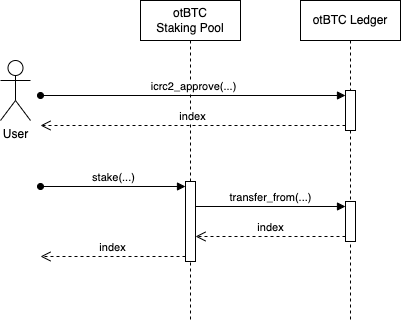
Earlier version of the draw.io export images/stake.png (octopus-network/btc-staking-icp). Source tidied: cells renumbered, new cells last; positions are measured from the earlier drawing's top-left corner, leaving out a move shared by most shapes. Source of this version:
```xml
<mxGraphModel>
  <root>
    <mxCell id="0" />
    <mxCell id="1" parent="0" />
    <mxCell id="2" value="otBTC&lt;div&gt;Staking Pool&lt;/div&gt;" style="shape=umlLifeline;perimeter=lifelinePerimeter;whiteSpace=wrap;html=1;newEdgeStyle={&quot;curved&quot;:0,&quot;rounded&quot;:0};" parent="1" vertex="1">
      <mxGeometry x="140" width="100" height="320" as="geometry" />
    </mxCell>
    <mxCell id="3" style="html=1;points=[[0,0,0,0,5],[0,1,0,0,-5],[1,0,0,0,5],[1,1,0,0,-5]];perimeter=orthogonalPerimeter;outlineConnect=0;targetShapes=umlLifeline;portConstraint=eastwest;newEdgeStyle={&quot;curved&quot;:0,&quot;rounded&quot;:0};" parent="2" vertex="1">
      <mxGeometry x="45" y="181" width="10" height="80" as="geometry" />
    </mxCell>
    <mxCell id="4" value="stake(...)" style="html=1;verticalAlign=bottom;endArrow=block;curved=0;rounded=0;entryX=0;entryY=0;entryDx=0;entryDy=5;startArrow=oval;startFill=1;" parent="2" edge="1" target="3">
      <mxGeometry relative="1" as="geometry">
        <mxPoint x="-100" y="186" as="sourcePoint" />
      </mxGeometry>
    </mxCell>
    <mxCell id="5" value="index" style="html=1;verticalAlign=bottom;endArrow=open;dashed=1;endSize=8;curved=0;rounded=0;exitX=0;exitY=1;exitDx=0;exitDy=-5;" parent="2" edge="1" source="3">
      <mxGeometry relative="1" as="geometry">
        <mxPoint x="-100" y="256" as="targetPoint" />
      </mxGeometry>
    </mxCell>
    <mxCell id="6" value="&lt;span style=&quot;background-color: initial;&quot;&gt;otBTC Ledger&lt;/span&gt;" style="shape=umlLifeline;perimeter=lifelinePerimeter;whiteSpace=wrap;html=1;newEdgeStyle={&quot;curved&quot;:0,&quot;rounded&quot;:0};" parent="1" vertex="1">
      <mxGeometry x="300" width="100" height="320" as="geometry" />
    </mxCell>
    <mxCell id="7" style="html=1;points=[[0,0,0,0,5],[0,1,0,0,-5],[1,0,0,0,5],[1,1,0,0,-5]];perimeter=orthogonalPerimeter;outlineConnect=0;targetShapes=umlLifeline;portConstraint=eastwest;newEdgeStyle={&quot;curved&quot;:0,&quot;rounded&quot;:0};" parent="6" vertex="1">
      <mxGeometry x="45" y="90" width="10" height="40" as="geometry" />
    </mxCell>
    <mxCell id="8" style="html=1;points=[[0,0,0,0,5],[0,1,0,0,-5],[1,0,0,0,5],[1,1,0,0,-5]];perimeter=orthogonalPerimeter;outlineConnect=0;targetShapes=umlLifeline;portConstraint=eastwest;newEdgeStyle={&quot;curved&quot;:0,&quot;rounded&quot;:0};" parent="6" vertex="1">
      <mxGeometry x="45" y="201" width="10" height="40" as="geometry" />
    </mxCell>
    <mxCell id="9" value="icrc2_approve(...)" style="html=1;verticalAlign=bottom;endArrow=block;curved=0;rounded=0;entryX=0;entryY=0;entryDx=0;entryDy=5;entryPerimeter=0;startArrow=oval;startFill=1;" parent="1" edge="1" target="7">
      <mxGeometry relative="1" as="geometry">
        <mxPoint x="40" y="95" as="sourcePoint" />
      </mxGeometry>
    </mxCell>
    <mxCell id="10" value="index" style="html=1;verticalAlign=bottom;endArrow=open;dashed=1;endSize=8;curved=0;rounded=0;exitX=0;exitY=1;exitDx=0;exitDy=-5;exitPerimeter=0;" parent="1" edge="1" source="7">
      <mxGeometry relative="1" as="geometry">
        <mxPoint x="40" y="125" as="targetPoint" />
      </mxGeometry>
    </mxCell>
    <mxCell id="11" value="User" style="shape=umlActor;verticalLabelPosition=bottom;verticalAlign=top;html=1;" parent="1" vertex="1">
      <mxGeometry y="60" width="30" height="60" as="geometry" />
    </mxCell>
    <mxCell id="12" value="transfer_from(...)" style="html=1;verticalAlign=bottom;endArrow=block;curved=0;rounded=0;entryX=0;entryY=0;entryDx=0;entryDy=5;" parent="1" edge="1" source="3" target="8">
      <mxGeometry relative="1" as="geometry" />
    </mxCell>
    <mxCell id="13" value="index" style="html=1;verticalAlign=bottom;endArrow=open;dashed=1;endSize=8;curved=0;rounded=0;exitX=0;exitY=1;exitDx=0;exitDy=-5;" parent="1" edge="1" source="8" target="3">
      <mxGeometry relative="1" as="geometry" />
    </mxCell>
  </root>
</mxGraphModel>
```
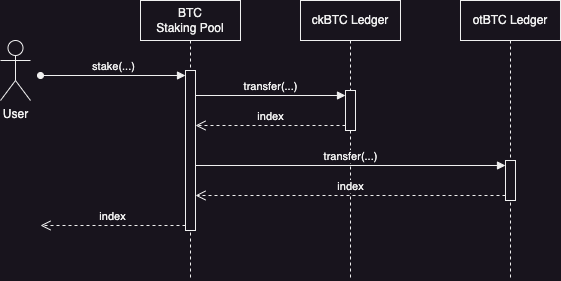
After the change.

Change to the diagram source:
```diff
@@ -2,49 +2,48 @@
   <root>
     <mxCell id="0" />
     <mxCell id="1" parent="0" />
-    <mxCell id="2" value="otBTC&lt;div&gt;Staking Pool&lt;/div&gt;" style="shape=umlLifeline;perimeter=lifelinePerimeter;whiteSpace=wrap;html=1;newEdgeStyle={&quot;curved&quot;:0,&quot;rounded&quot;:0};" parent="1" vertex="1">
-      <mxGeometry x="140" width="100" height="320" as="geometry" />
+    <mxCell id="2" value="BTC&lt;div&gt;Staking Pool&lt;/div&gt;" style="shape=umlLifeline;perimeter=lifelinePerimeter;whiteSpace=wrap;html=1;newEdgeStyle={&quot;curved&quot;:0,&quot;rounded&quot;:0};" parent="1" vertex="1">
+      <mxGeometry x="140" width="100" height="280" as="geometry" />
     </mxCell>
     <mxCell id="3" style="html=1;points=[[0,0,0,0,5],[0,1,0,0,-5],[1,0,0,0,5],[1,1,0,0,-5]];perimeter=orthogonalPerimeter;outlineConnect=0;targetShapes=umlLifeline;portConstraint=eastwest;newEdgeStyle={&quot;curved&quot;:0,&quot;rounded&quot;:0};" parent="2" vertex="1">
-      <mxGeometry x="45" y="181" width="10" height="80" as="geometry" />
+      <mxGeometry x="45" y="70" width="10" height="160" as="geometry" />
     </mxCell>
     <mxCell id="4" value="stake(...)" style="html=1;verticalAlign=bottom;endArrow=block;curved=0;rounded=0;entryX=0;entryY=0;entryDx=0;entryDy=5;startArrow=oval;startFill=1;" parent="2" edge="1" target="3">
       <mxGeometry relative="1" as="geometry">
-        <mxPoint x="-100" y="186" as="sourcePoint" />
+        <mxPoint x="-100" y="75" as="sourcePoint" />
       </mxGeometry>
     </mxCell>
     <mxCell id="5" value="index" style="html=1;verticalAlign=bottom;endArrow=open;dashed=1;endSize=8;curved=0;rounded=0;exitX=0;exitY=1;exitDx=0;exitDy=-5;" parent="2" edge="1" source="3">
       <mxGeometry relative="1" as="geometry">
-        <mxPoint x="-100" y="256" as="targetPoint" />
+        <mxPoint x="-100" y="225" as="targetPoint" />
       </mxGeometry>
     </mxCell>
-    <mxCell id="6" value="&lt;span style=&quot;background-color: initial;&quot;&gt;otBTC Ledger&lt;/span&gt;" style="shape=umlLifeline;perimeter=lifelinePerimeter;whiteSpace=wrap;html=1;newEdgeStyle={&quot;curved&quot;:0,&quot;rounded&quot;:0};" parent="1" vertex="1">
-      <mxGeometry x="300" width="100" height="320" as="geometry" />
+    <mxCell id="6" value="&lt;span style=&quot;background-color: initial;&quot;&gt;ckBTC Ledger&lt;/span&gt;" style="shape=umlLifeline;perimeter=lifelinePerimeter;whiteSpace=wrap;html=1;newEdgeStyle={&quot;curved&quot;:0,&quot;rounded&quot;:0};" parent="1" vertex="1">
+      <mxGeometry x="300" width="100" height="280" as="geometry" />
     </mxCell>
-    <mxCell id="7" style="html=1;points=[[0,0,0,0,5],[0,1,0,0,-5],[1,0,0,0,5],[1,1,0,0,-5]];perimeter=orthogonalPerimeter;outlineConnect=0;targetShapes=umlLifeline;portConstraint=eastwest;newEdgeStyle={&quot;curved&quot;:0,&quot;rounded&quot;:0};" parent="6" vertex="1">
-      <mxGeometry x="45" y="90" width="10" height="40" as="geometry" />
-    </mxCell>
     <mxCell id="8" style="html=1;points=[[0,0,0,0,5],[0,1,0,0,-5],[1,0,0,0,5],[1,1,0,0,-5]];perimeter=orthogonalPerimeter;outlineConnect=0;targetShapes=umlLifeline;portConstraint=eastwest;newEdgeStyle={&quot;curved&quot;:0,&quot;rounded&quot;:0};" parent="6" vertex="1">
-      <mxGeometry x="45" y="201" width="10" height="40" as="geometry" />
+      <mxGeometry x="45" y="90" width="10" height="40" as="geometry" />
     </mxCell>
-    <mxCell id="9" value="icrc2_approve(...)" style="html=1;verticalAlign=bottom;endArrow=block;curved=0;rounded=0;entryX=0;entryY=0;entryDx=0;entryDy=5;entryPerimeter=0;startArrow=oval;startFill=1;" parent="1" edge="1" target="7">
-      <mxGeometry relative="1" as="geometry">
-        <mxPoint x="40" y="95" as="sourcePoint" />
-      </mxGeometry>
-    </mxCell>
-    <mxCell id="10" value="index" style="html=1;verticalAlign=bottom;endArrow=open;dashed=1;endSize=8;curved=0;rounded=0;exitX=0;exitY=1;exitDx=0;exitDy=-5;exitPerimeter=0;" parent="1" edge="1" source="7">
-      <mxGeometry relative="1" as="geometry">
-        <mxPoint x="40" y="125" as="targetPoint" />
-      </mxGeometry>
-    </mxCell>
     <mxCell id="11" value="User" style="shape=umlActor;verticalLabelPosition=bottom;verticalAlign=top;html=1;" parent="1" vertex="1">
-      <mxGeometry y="60" width="30" height="60" as="geometry" />
+      <mxGeometry y="40" width="30" height="60" as="geometry" />
     </mxCell>
-    <mxCell id="12" value="transfer_from(...)" style="html=1;verticalAlign=bottom;endArrow=block;curved=0;rounded=0;entryX=0;entryY=0;entryDx=0;entryDy=5;" parent="1" edge="1" source="3" target="8">
+    <mxCell id="12" value="transfer(...)" style="html=1;verticalAlign=bottom;endArrow=block;curved=0;rounded=0;entryX=0;entryY=0;entryDx=0;entryDy=5;" parent="1" edge="1" source="3" target="8">
       <mxGeometry relative="1" as="geometry" />
     </mxCell>
     <mxCell id="13" value="index" style="html=1;verticalAlign=bottom;endArrow=open;dashed=1;endSize=8;curved=0;rounded=0;exitX=0;exitY=1;exitDx=0;exitDy=-5;" parent="1" edge="1" source="8" target="3">
       <mxGeometry relative="1" as="geometry" />
     </mxCell>
+    <mxCell id="14" value="&lt;span style=&quot;background-color: initial;&quot;&gt;otBTC Ledger&lt;/span&gt;" style="shape=umlLifeline;perimeter=lifelinePerimeter;whiteSpace=wrap;html=1;newEdgeStyle={&quot;curved&quot;:0,&quot;rounded&quot;:0};" parent="1" vertex="1">
+      <mxGeometry x="460" width="100" height="280" as="geometry" />
+    </mxCell>
+    <mxCell id="15" style="html=1;points=[[0,0,0,0,5],[0,1,0,0,-5],[1,0,0,0,5],[1,1,0,0,-5]];perimeter=orthogonalPerimeter;outlineConnect=0;targetShapes=umlLifeline;portConstraint=eastwest;newEdgeStyle={&quot;curved&quot;:0,&quot;rounded&quot;:0};" parent="14" vertex="1">
+      <mxGeometry x="45" y="160" width="10" height="40" as="geometry" />
+    </mxCell>
+    <mxCell id="16" value="transfer(...)" style="html=1;verticalAlign=bottom;endArrow=block;curved=0;rounded=0;entryX=0;entryY=0;entryDx=0;entryDy=5;" parent="1" edge="1" source="3" target="15">
+      <mxGeometry relative="1" as="geometry" />
+    </mxCell>
+    <mxCell id="10" value="index" style="html=1;verticalAlign=bottom;endArrow=open;dashed=1;endSize=8;curved=0;rounded=0;exitX=0;exitY=1;exitDx=0;exitDy=-5;" parent="1" edge="1" source="15" target="3">
+      <mxGeometry relative="1" as="geometry" />
+    </mxCell>
   </root>
 </mxGraphModel>
```
